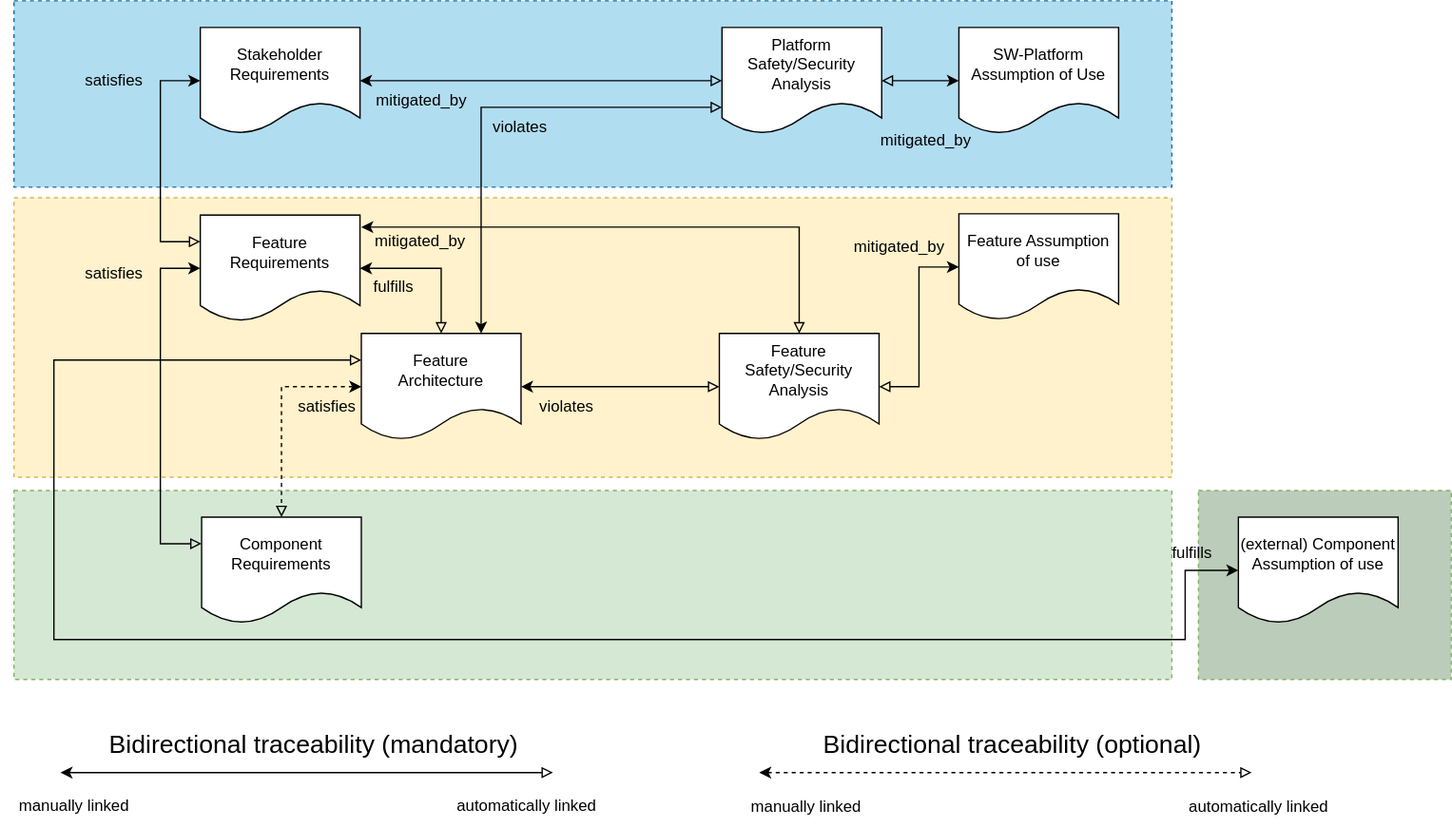
Above: process/general_concepts/_assets/score_traceability_model_feat_overview.drawio.svg in eclipse-score/process_description (draw.io), before the change. Source tidied: cells renumbered, new cells last; positions are measured from the earlier drawing's top-left corner, leaving out a move shared by most shapes. Source of this version:
```xml
<mxGraphModel>
  <root>
    <mxCell id="0" />
    <mxCell id="1" parent="0" />
    <mxCell id="2" style="rounded=0;whiteSpace=wrap;html=1;dashed=1;fillColor=#fff2cc;strokeColor=#d6b656;" parent="1" vertex="1">
      <mxGeometry x="10" y="148" width="870" height="210" as="geometry" />
    </mxCell>
    <mxCell id="3" style="rounded=0;whiteSpace=wrap;html=1;dashed=1;fillColor=#d5e8d4;strokeColor=#82b366;" parent="1" vertex="1">
      <mxGeometry x="10" y="368" width="870" height="142" as="geometry" />
    </mxCell>
    <mxCell id="4" value="Feature Requirements" style="shape=document;whiteSpace=wrap;html=1;boundedLbl=1;" parent="1" vertex="1">
      <mxGeometry x="150" y="161" width="120" height="80" as="geometry" />
    </mxCell>
    <mxCell id="5" style="edgeStyle=orthogonalEdgeStyle;rounded=0;jettySize=auto;html=1;entryX=0;entryY=0.5;entryDx=0;entryDy=0;startArrow=block;startFill=0;exitX=0;exitY=0.25;exitDx=0;exitDy=0;endArrow=classic;endFill=1;" parent="1" edge="1" source="6" target="4">
      <mxGeometry relative="1" as="geometry">
        <Array as="points">
          <mxPoint x="120" y="408" />
          <mxPoint x="120" y="201" />
        </Array>
      </mxGeometry>
    </mxCell>
    <mxCell id="6" value="Component Requirements" style="shape=document;whiteSpace=wrap;html=1;boundedLbl=1;" parent="1" vertex="1">
      <mxGeometry x="151" y="388" width="120" height="80" as="geometry" />
    </mxCell>
    <mxCell id="7" style="edgeStyle=orthogonalEdgeStyle;rounded=0;jettySize=auto;html=1;entryX=1;entryY=0.5;entryDx=0;entryDy=0;exitX=0.5;exitY=0;exitDx=0;exitDy=0;startArrow=block;startFill=0;" parent="1" edge="1" source="10" target="4">
      <mxGeometry relative="1" as="geometry" />
    </mxCell>
    <mxCell id="8" style="edgeStyle=orthogonalEdgeStyle;rounded=0;jettySize=auto;html=1;entryX=0.5;entryY=0;entryDx=0;entryDy=0;startArrow=classic;startFill=1;exitX=0;exitY=0.5;exitDx=0;exitDy=0;dashed=1;endArrow=block;endFill=0;" parent="1" edge="1" source="10" target="6">
      <mxGeometry relative="1" as="geometry" />
    </mxCell>
    <mxCell id="9" style="edgeStyle=orthogonalEdgeStyle;rounded=0;jettySize=auto;html=1;startArrow=classic;startFill=1;endArrow=block;endFill=0;" parent="1" edge="1" source="10" target="21">
      <mxGeometry relative="1" as="geometry" />
    </mxCell>
    <mxCell id="10" value="Feature&lt;br&gt;Architecture" style="shape=document;whiteSpace=wrap;html=1;boundedLbl=1;" parent="1" vertex="1">
      <mxGeometry x="271" y="250" width="120" height="80" as="geometry" />
    </mxCell>
    <mxCell id="11" value="&lt;div style=&quot;font-family: Consolas, &amp;quot;Courier New&amp;quot;, monospace; line-height: 19px;&quot;&gt;&lt;br&gt;&lt;/div&gt;" style="text;html=1;align=center;verticalAlign=middle;strokeColor=none;fillColor=none;fontSize=6;fontColor=#000000;" parent="1" vertex="1">
      <mxGeometry x="195" y="196" width="20" height="30" as="geometry" />
    </mxCell>
    <mxCell id="12" style="rounded=0;whiteSpace=wrap;html=1;dashed=1;fillColor=#BBCCBA;strokeColor=#82b366;" parent="1" vertex="1">
      <mxGeometry x="900" y="368" width="190" height="142" as="geometry" />
    </mxCell>
    <mxCell id="13" style="edgeStyle=orthogonalEdgeStyle;rounded=0;jettySize=auto;html=1;entryX=0;entryY=0.25;entryDx=0;entryDy=0;fontSize=19;startArrow=classic;startFill=1;exitX=0;exitY=0.5;exitDx=0;exitDy=0;endArrow=block;endFill=0;" parent="1" edge="1" source="14" target="10">
      <mxGeometry relative="1" as="geometry">
        <Array as="points">
          <mxPoint x="890" y="428" />
          <mxPoint x="890" y="480" />
          <mxPoint x="40" y="480" />
          <mxPoint x="40" y="270" />
        </Array>
      </mxGeometry>
    </mxCell>
    <mxCell id="14" value="(external) Component Assumption of use" style="shape=document;whiteSpace=wrap;html=1;boundedLbl=1;" parent="1" vertex="1">
      <mxGeometry x="930" y="388" width="120" height="80" as="geometry" />
    </mxCell>
    <mxCell id="15" style="rounded=0;whiteSpace=wrap;html=1;dashed=1;fillColor=#b1ddf0;strokeColor=#10739e;" parent="1" vertex="1">
      <mxGeometry x="10" width="870" height="140" as="geometry" />
    </mxCell>
    <mxCell id="16" style="edgeStyle=orthogonalEdgeStyle;rounded=0;jettySize=auto;html=1;entryX=0;entryY=0.25;entryDx=0;entryDy=0;startArrow=classic;startFill=1;exitX=0;exitY=0.5;exitDx=0;exitDy=0;endArrow=block;endFill=0;" parent="1" edge="1" source="17" target="4">
      <mxGeometry relative="1" as="geometry">
        <Array as="points">
          <mxPoint x="120" y="60" />
          <mxPoint x="120" y="181" />
        </Array>
      </mxGeometry>
    </mxCell>
    <mxCell id="17" value="Stakeholder&lt;br&gt;Requirements" style="shape=document;whiteSpace=wrap;html=1;boundedLbl=1;" parent="1" vertex="1">
      <mxGeometry x="150" y="20" width="120" height="80" as="geometry" />
    </mxCell>
    <mxCell id="18" value="Feature Assumption of use" style="shape=document;whiteSpace=wrap;html=1;boundedLbl=1;" parent="1" vertex="1">
      <mxGeometry x="720" y="160" width="120" height="80" as="geometry" />
    </mxCell>
    <mxCell id="19" style="edgeStyle=orthogonalEdgeStyle;rounded=0;jettySize=auto;html=1;entryX=0;entryY=0.5;entryDx=0;entryDy=0;startArrow=block;startFill=0;endArrow=classic;endFill=1;" parent="1" edge="1" source="21" target="18">
      <mxGeometry relative="1" as="geometry" />
    </mxCell>
    <mxCell id="20" style="edgeStyle=orthogonalEdgeStyle;rounded=0;jettySize=auto;html=1;entryX=1.008;entryY=0.113;entryDx=0;entryDy=0;exitX=0.5;exitY=0;exitDx=0;exitDy=0;startArrow=block;startFill=0;entryPerimeter=0;endArrow=classic;endFill=1;" parent="1" edge="1" source="21" target="4">
      <mxGeometry relative="1" as="geometry">
        <Array as="points">
          <mxPoint x="600" y="170" />
        </Array>
      </mxGeometry>
    </mxCell>
    <mxCell id="21" value="Feature&lt;br&gt;Safety/Security Analysis" style="shape=document;whiteSpace=wrap;html=1;boundedLbl=1;" parent="1" vertex="1">
      <mxGeometry x="540" y="250" width="120" height="80" as="geometry" />
    </mxCell>
    <mxCell id="22" style="edgeStyle=orthogonalEdgeStyle;rounded=0;orthogonalLoop=1;jettySize=auto;html=1;startArrow=classic;startFill=1;endArrow=block;endFill=0;" parent="1" edge="1">
      <mxGeometry x="0.38" y="5" relative="1" as="geometry">
        <mxPoint x="45" y="580" as="sourcePoint" />
        <mxPoint x="415" y="580" as="targetPoint" />
        <Array as="points">
          <mxPoint x="62" y="580" />
        </Array>
      </mxGeometry>
    </mxCell>
    <mxCell id="23" value="Bidirectional traceability (mandatory)" style="text;html=1;align=center;verticalAlign=middle;strokeColor=none;fillColor=none;fontSize=19;" parent="1" vertex="1">
      <mxGeometry x="70" y="540" width="330" height="40" as="geometry" />
    </mxCell>
    <mxCell id="24" style="edgeStyle=orthogonalEdgeStyle;rounded=0;orthogonalLoop=1;jettySize=auto;html=1;startArrow=classic;startFill=1;dashed=1;endArrow=block;endFill=0;" parent="1" edge="1">
      <mxGeometry x="0.38" y="5" relative="1" as="geometry">
        <mxPoint x="570" y="580" as="sourcePoint" />
        <mxPoint x="940" y="580" as="targetPoint" />
        <Array as="points">
          <mxPoint x="587" y="580" />
        </Array>
      </mxGeometry>
    </mxCell>
    <mxCell id="25" value="Bidirectional traceability (optional)" style="text;html=1;align=center;verticalAlign=middle;strokeColor=none;fillColor=none;fontSize=19;" parent="1" vertex="1">
      <mxGeometry x="605" y="540" width="310" height="40" as="geometry" />
    </mxCell>
    <mxCell id="26" value="manually linked" style="text;html=1;align=center;verticalAlign=middle;strokeColor=none;fillColor=none;" parent="1" vertex="1">
      <mxGeometry y="590" width="110" height="30" as="geometry" />
    </mxCell>
    <mxCell id="27" value="automatically linked" style="text;html=1;align=center;verticalAlign=middle;strokeColor=none;fillColor=none;" parent="1" vertex="1">
      <mxGeometry x="330" y="590" width="130" height="30" as="geometry" />
    </mxCell>
    <mxCell id="28" value="manually linked" style="text;html=1;align=center;verticalAlign=middle;strokeColor=none;fillColor=none;" parent="1" vertex="1">
      <mxGeometry x="550" y="591" width="110" height="30" as="geometry" />
    </mxCell>
    <mxCell id="29" value="automatically linked" style="text;html=1;align=center;verticalAlign=middle;strokeColor=none;fillColor=none;" parent="1" vertex="1">
      <mxGeometry x="880" y="591" width="130" height="30" as="geometry" />
    </mxCell>
    <mxCell id="30" value="satisfies" style="text;html=1;align=center;verticalAlign=middle;strokeColor=none;fillColor=none;" parent="1" vertex="1">
      <mxGeometry x="50" y="45" width="70" height="30" as="geometry" />
    </mxCell>
    <mxCell id="31" value="satisfies" style="text;html=1;align=center;verticalAlign=middle;strokeColor=none;fillColor=none;" parent="1" vertex="1">
      <mxGeometry x="50" y="190" width="70" height="30" as="geometry" />
    </mxCell>
    <mxCell id="32" value="fulfills" style="text;html=1;align=center;verticalAlign=middle;strokeColor=none;fillColor=none;" parent="1" vertex="1">
      <mxGeometry x="870" y="400" width="50" height="30" as="geometry" />
    </mxCell>
    <mxCell id="33" value="satisfies" style="text;html=1;align=center;verticalAlign=middle;strokeColor=none;fillColor=none;" parent="1" vertex="1">
      <mxGeometry x="210" y="290" width="70" height="30" as="geometry" />
    </mxCell>
    <mxCell id="34" value="fulfills" style="text;html=1;align=center;verticalAlign=middle;strokeColor=none;fillColor=none;" parent="1" vertex="1">
      <mxGeometry x="270" y="200" width="50" height="30" as="geometry" />
    </mxCell>
    <mxCell id="35" value="mitigated_by" style="text;html=1;align=center;verticalAlign=middle;strokeColor=none;fillColor=none;" parent="1" vertex="1">
      <mxGeometry x="630" y="170" width="90" height="30" as="geometry" />
    </mxCell>
    <mxCell id="36" value="mitigated_by" style="text;html=1;align=center;verticalAlign=middle;strokeColor=none;fillColor=none;" parent="1" vertex="1">
      <mxGeometry x="270" y="166" width="90" height="30" as="geometry" />
    </mxCell>
    <mxCell id="37" value="violates" style="text;html=1;align=center;verticalAlign=middle;strokeColor=none;fillColor=none;" parent="1" vertex="1">
      <mxGeometry x="395" y="290" width="60" height="30" as="geometry" />
    </mxCell>
    <mxCell id="38" value="SW-Platform&lt;br&gt;Assumption of Use" style="shape=document;whiteSpace=wrap;html=1;boundedLbl=1;" parent="1" vertex="1">
      <mxGeometry x="720" y="20" width="120" height="80" as="geometry" />
    </mxCell>
    <mxCell id="39" value="Platform&lt;br&gt;Safety/Security Analysis" style="shape=document;whiteSpace=wrap;html=1;boundedLbl=1;" parent="1" vertex="1">
      <mxGeometry x="542" y="20" width="120" height="80" as="geometry" />
    </mxCell>
    <mxCell id="40" style="edgeStyle=orthogonalEdgeStyle;rounded=0;jettySize=auto;html=1;entryX=1;entryY=0.5;entryDx=0;entryDy=0;exitX=0;exitY=0.5;exitDx=0;exitDy=0;startArrow=block;startFill=0;endArrow=classic;endFill=1;" parent="1" edge="1" source="39" target="17">
      <mxGeometry relative="1" as="geometry">
        <Array as="points">
          <mxPoint x="390" y="60" />
          <mxPoint x="390" y="60" />
        </Array>
      </mxGeometry>
    </mxCell>
    <mxCell id="41" value="mitigated_by" style="text;html=1;align=center;verticalAlign=middle;strokeColor=none;fillColor=none;" parent="1" vertex="1">
      <mxGeometry x="271" y="60" width="90" height="30" as="geometry" />
    </mxCell>
    <mxCell id="42" style="edgeStyle=orthogonalEdgeStyle;rounded=0;jettySize=auto;html=1;entryX=0;entryY=0.5;entryDx=0;entryDy=0;startArrow=block;startFill=0;endArrow=classic;endFill=1;exitX=1;exitY=0.5;exitDx=0;exitDy=0;" parent="1" edge="1" source="39" target="38">
      <mxGeometry relative="1" as="geometry" />
    </mxCell>
    <mxCell id="43" value="mitigated_by" style="text;html=1;align=center;verticalAlign=middle;strokeColor=none;fillColor=none;" parent="1" vertex="1">
      <mxGeometry x="650" y="90" width="90" height="30" as="geometry" />
    </mxCell>
    <mxCell id="44" style="edgeStyle=orthogonalEdgeStyle;rounded=0;jettySize=auto;html=1;startArrow=classic;startFill=1;endArrow=block;endFill=0;entryX=0;entryY=0.75;entryDx=0;entryDy=0;exitX=0.75;exitY=0;exitDx=0;exitDy=0;" parent="1" edge="1" source="10" target="39">
      <mxGeometry relative="1" as="geometry" />
    </mxCell>
    <mxCell id="45" value="violates" style="text;html=1;align=center;verticalAlign=middle;strokeColor=none;fillColor=none;" parent="1" vertex="1">
      <mxGeometry x="360" y="80" width="60" height="30" as="geometry" />
    </mxCell>
  </root>
</mxGraphModel>
```
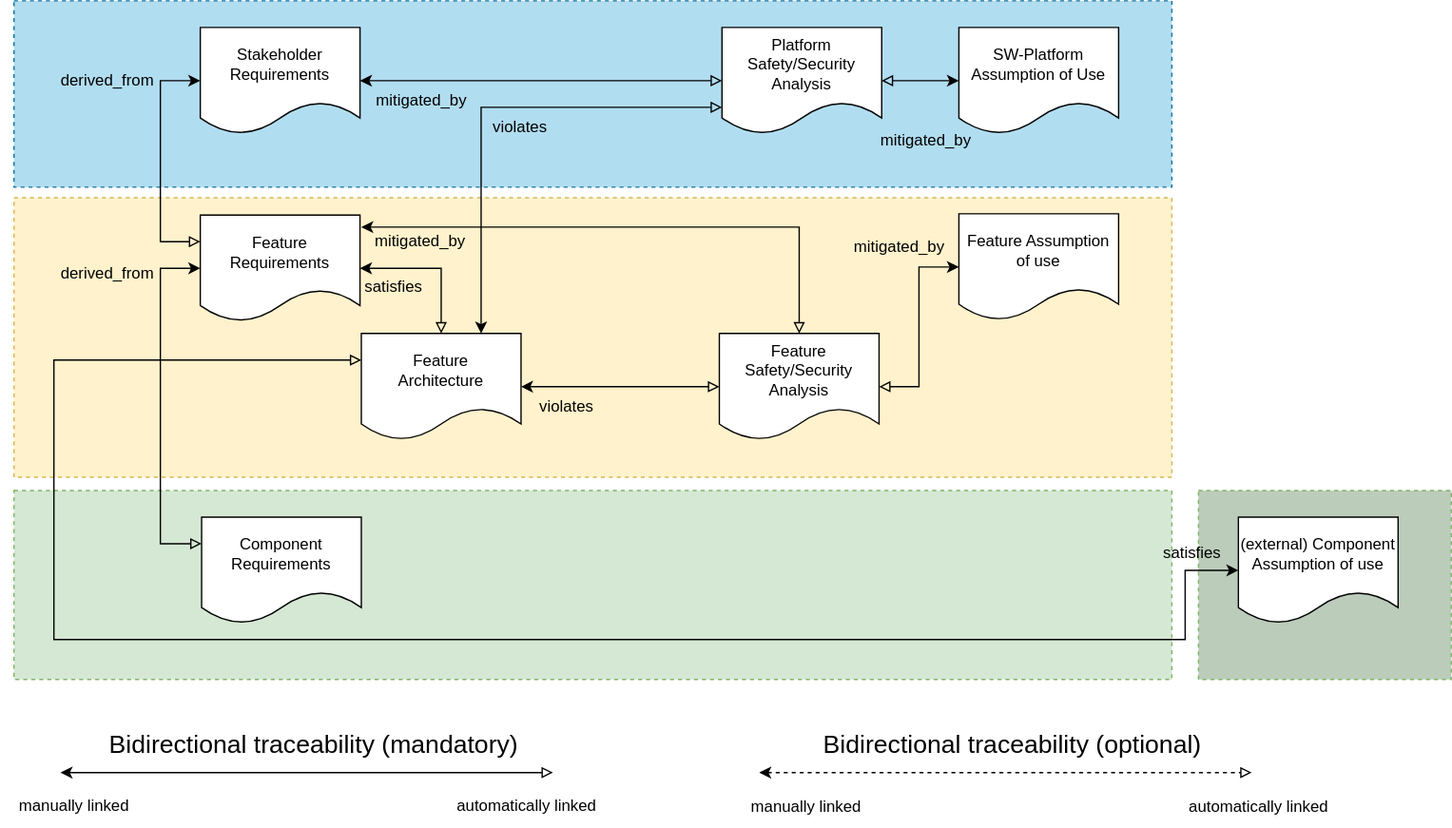
Later version of the same file.

What changed in the source:
```diff
@@ -25,9 +25,6 @@
     <mxCell id="7" style="edgeStyle=orthogonalEdgeStyle;rounded=0;jettySize=auto;html=1;entryX=1;entryY=0.5;entryDx=0;entryDy=0;exitX=0.5;exitY=0;exitDx=0;exitDy=0;startArrow=block;startFill=0;" parent="1" edge="1" source="10" target="4">
       <mxGeometry relative="1" as="geometry" />
     </mxCell>
-    <mxCell id="8" style="edgeStyle=orthogonalEdgeStyle;rounded=0;jettySize=auto;html=1;entryX=0.5;entryY=0;entryDx=0;entryDy=0;startArrow=classic;startFill=1;exitX=0;exitY=0.5;exitDx=0;exitDy=0;dashed=1;endArrow=block;endFill=0;" parent="1" edge="1" source="10" target="6">
-      <mxGeometry relative="1" as="geometry" />
-    </mxCell>
     <mxCell id="9" style="edgeStyle=orthogonalEdgeStyle;rounded=0;jettySize=auto;html=1;startArrow=classic;startFill=1;endArrow=block;endFill=0;" parent="1" edge="1" source="10" target="21">
       <mxGeometry relative="1" as="geometry" />
     </mxCell>
@@ -119,20 +116,17 @@
     <mxCell id="29" value="automatically linked" style="text;html=1;align=center;verticalAlign=middle;strokeColor=none;fillColor=none;" parent="1" vertex="1">
       <mxGeometry x="880" y="591" width="130" height="30" as="geometry" />
     </mxCell>
-    <mxCell id="30" value="satisfies" style="text;html=1;align=center;verticalAlign=middle;strokeColor=none;fillColor=none;" parent="1" vertex="1">
-      <mxGeometry x="50" y="45" width="70" height="30" as="geometry" />
+    <mxCell id="30" value="derived_from" style="text;html=1;align=center;verticalAlign=middle;strokeColor=none;fillColor=none;" parent="1" vertex="1">
+      <mxGeometry x="35" y="45" width="90" height="30" as="geometry" />
     </mxCell>
-    <mxCell id="31" value="satisfies" style="text;html=1;align=center;verticalAlign=middle;strokeColor=none;fillColor=none;" parent="1" vertex="1">
-      <mxGeometry x="50" y="190" width="70" height="30" as="geometry" />
+    <mxCell id="31" value="derived_from" style="text;html=1;align=center;verticalAlign=middle;strokeColor=none;fillColor=none;" parent="1" vertex="1">
+      <mxGeometry x="35" y="190" width="90" height="30" as="geometry" />
     </mxCell>
-    <mxCell id="32" value="fulfills" style="text;html=1;align=center;verticalAlign=middle;strokeColor=none;fillColor=none;" parent="1" vertex="1">
-      <mxGeometry x="870" y="400" width="50" height="30" as="geometry" />
+    <mxCell id="32" value="satisfies" style="text;html=1;align=center;verticalAlign=middle;strokeColor=none;fillColor=none;" parent="1" vertex="1">
+      <mxGeometry x="860" y="400" width="70" height="30" as="geometry" />
     </mxCell>
-    <mxCell id="33" value="satisfies" style="text;html=1;align=center;verticalAlign=middle;strokeColor=none;fillColor=none;" parent="1" vertex="1">
-      <mxGeometry x="210" y="290" width="70" height="30" as="geometry" />
-    </mxCell>
-    <mxCell id="34" value="fulfills" style="text;html=1;align=center;verticalAlign=middle;strokeColor=none;fillColor=none;" parent="1" vertex="1">
-      <mxGeometry x="270" y="200" width="50" height="30" as="geometry" />
+    <mxCell id="34" value="satisfies" style="text;html=1;align=center;verticalAlign=middle;strokeColor=none;fillColor=none;" parent="1" vertex="1">
+      <mxGeometry x="260" y="200" width="70" height="30" as="geometry" />
     </mxCell>
     <mxCell id="35" value="mitigated_by" style="text;html=1;align=center;verticalAlign=middle;strokeColor=none;fillColor=none;" parent="1" vertex="1">
       <mxGeometry x="630" y="170" width="90" height="30" as="geometry" />
```
